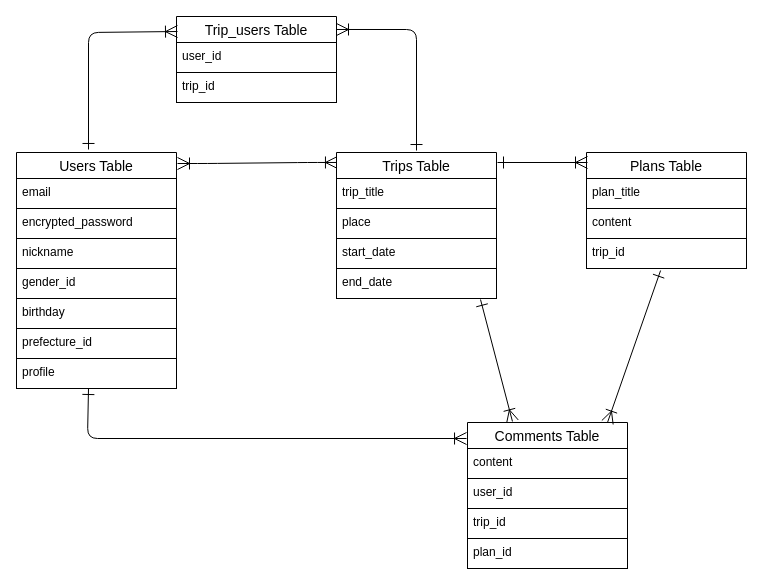
Before: ER.dio in toritori3165/tabipedia, a draw.io diagram. Source tidied: cells renumbered, new cells numbered last; positions are measured from the earlier drawing's top-left corner, leaving out a move shared by most shapes. Both pictures are drawn from the tidied source at 100%, with x=0, y=0 at pixel (16, 16).
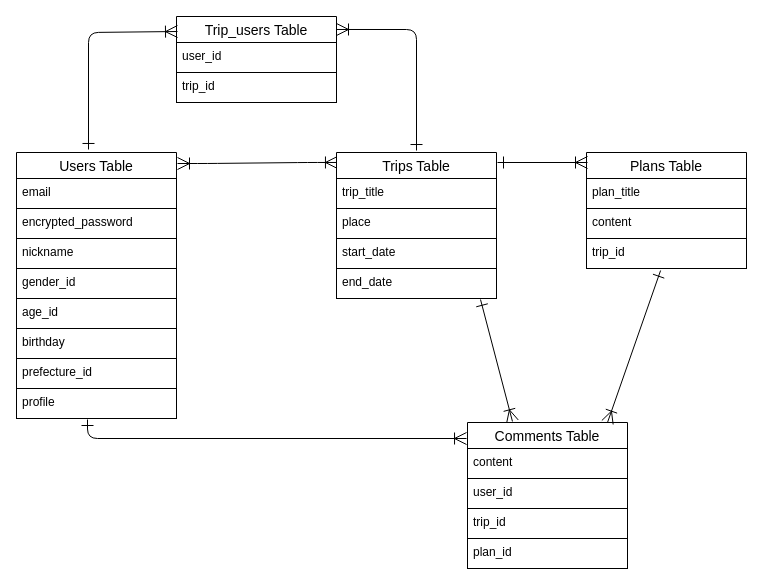
The same diagram, later.

Commit message (it also covers changes not shown here):
ER図＆READ ME修正

Unchanged cells that the change refers to:
```xml
<mxCell id="20" value="Comments Table" style="swimlane;fontStyle=0;horizontal=1;startSize=26;align=center;fontSize=14;strokeColor=default;" parent="19" vertex="1">
  <mxGeometry width="160" height="116" as="geometry" />
</mxCell>
```

What changed in the source:
```diff
@@
-    <mxCell id="2" style="fontSize=12;html=1;endArrow=ERoneToMany;entryX=-0.006;entryY=0.138;entryDx=0;entryDy=0;entryPerimeter=0;exitX=0.45;exitY=1;exitDx=0;exitDy=0;exitPerimeter=0;startArrow=ERone;startFill=0;endSize=10;startSize=10;" parent="1" edge="1" source="38" target="20">
+    <mxCell id="2" style="fontSize=12;html=1;endArrow=ERoneToMany;entryX=-0.006;entryY=0.138;entryDx=0;entryDy=0;entryPerimeter=0;startArrow=ERone;startFill=0;endSize=10;startSize=10;" parent="1" edge="1" target="20">
       <mxGeometry relative="1" as="geometry">
+        <mxPoint x="71" y="403" as="sourcePoint" />
         <Array as="points">
           <mxPoint x="71" y="422" />
         </Array>
       </mxGeometry>
     </mxCell>
@@
-    <mxCell id="29" style="group;" parent="1" vertex="1">
-      <mxGeometry y="136" width="160" height="236" as="geometry" />
-    </mxCell>
+    <mxCell id="39" style="group;" parent="1" vertex="1">
+      <mxGeometry y="136" width="160" height="266" as="geometry" />
+    </mxCell>
-    <mxCell id="30" style="group;" parent="29" vertex="1">
+    <mxCell id="30" style="group;" parent="39" vertex="1">
       <mxGeometry width="160" height="206" as="geometry" />
     </mxCell>
@@
-    <mxCell id="36" value="birthday" style="text;strokeColor=default;fillColor=none;spacingLeft=4;spacingRight=4;overflow=hidden;fontSize=12;" parent="30" vertex="1">
+    <mxCell id="36" value="age_id" style="text;strokeColor=default;fillColor=none;spacingLeft=4;spacingRight=4;overflow=hidden;fontSize=12;" parent="30" vertex="1">
       <mxGeometry y="146" width="160" height="30" as="geometry" />
     </mxCell>
-    <mxCell id="37" value="prefecture_id" style="text;strokeColor=default;fillColor=none;spacingLeft=4;spacingRight=4;overflow=hidden;fontSize=12;" parent="30" vertex="1">
+    <mxCell id="37" value="birthday" style="text;strokeColor=default;fillColor=none;spacingLeft=4;spacingRight=4;overflow=hidden;fontSize=12;" parent="30" vertex="1">
       <mxGeometry y="176" width="160" height="30" as="geometry" />
     </mxCell>
-    <mxCell id="38" value="profile" style="text;strokeColor=default;fillColor=none;spacingLeft=4;spacingRight=4;overflow=hidden;points=[[0,0.5],[1,0.5]];portConstraint=eastwest;fontSize=12;" parent="29" vertex="1">
+    <mxCell id="38" value="prefecture_id" style="text;strokeColor=default;fillColor=none;spacingLeft=4;spacingRight=4;overflow=hidden;points=[[0,0.5],[1,0.5]];portConstraint=eastwest;fontSize=12;" parent="39" vertex="1">
       <mxGeometry y="206" width="160" height="30" as="geometry" />
     </mxCell>
+    <mxCell id="29" value="profile" style="text;strokeColor=default;fillColor=none;spacingLeft=4;spacingRight=4;overflow=hidden;fontSize=12;" parent="39" vertex="1">
+      <mxGeometry y="236" width="160" height="30" as="geometry" />
+    </mxCell>
```
